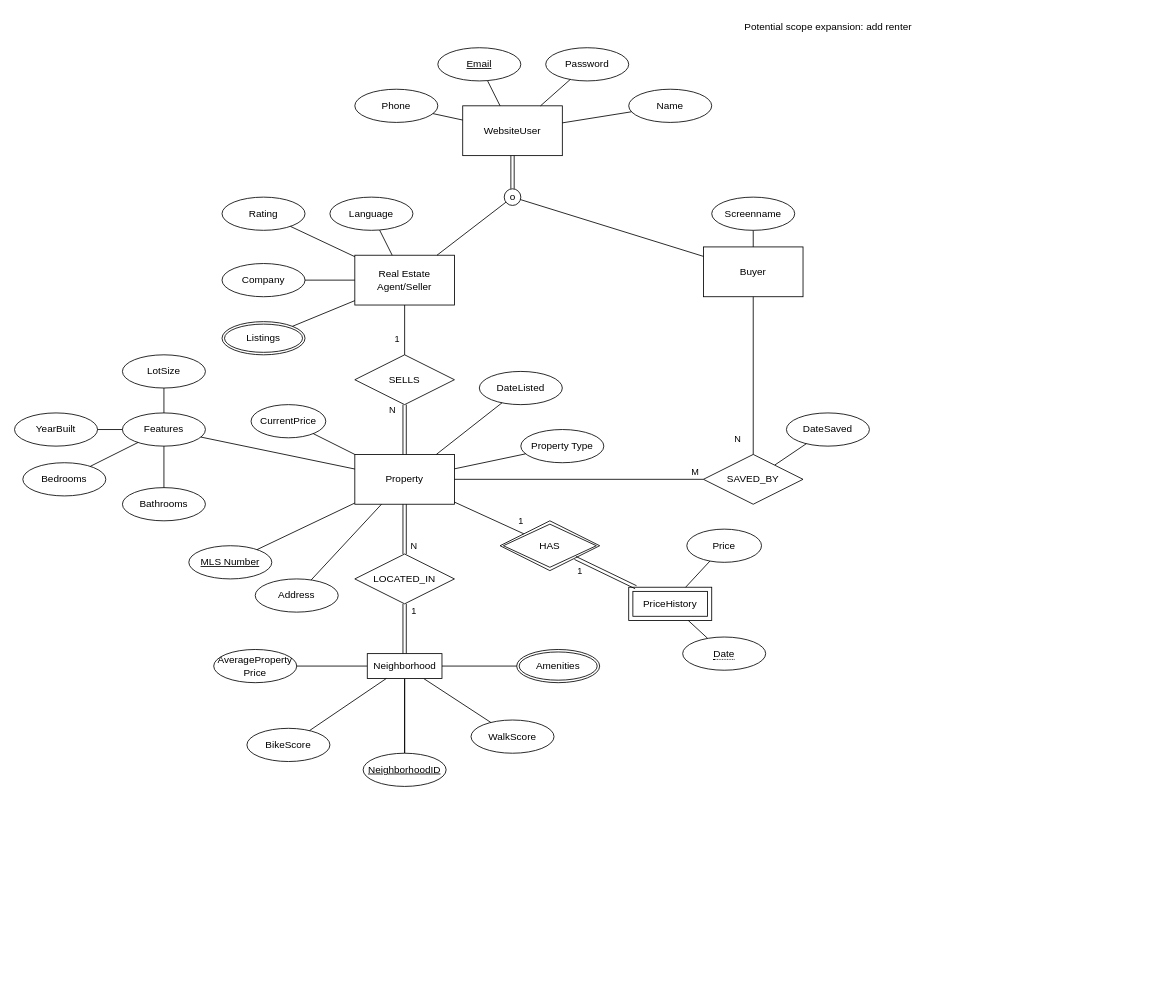
Earlier version of the draw.io diagram page "EER" (1 of 4) of Proposal/608-project-diagrams.drawio (WillKNguyen/608-607Project). Source tidied: cells renumbered, new cells numbered last; positions are measured from the earlier drawing's top-left corner, leaving out a move shared by most shapes. Both pictures are drawn from the tidied source at 83%, with x=0, y=0 at pixel (14, 14).
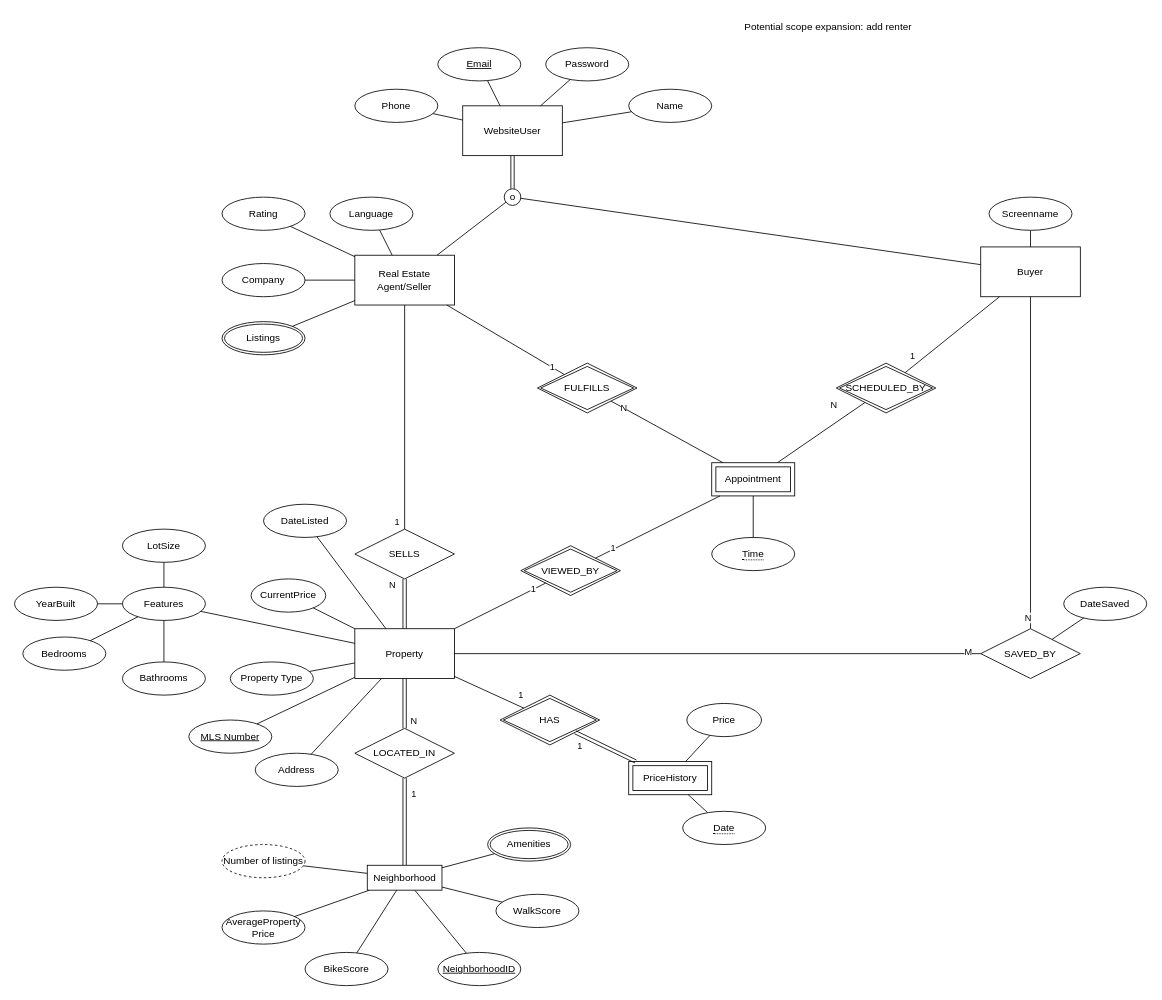
Above is the later version.

Unchanged cells that the change refers to:
```xml
<mxCell id="3" value="Real Estate Agent/Seller" style="rounded=0;whiteSpace=wrap;html=1;" parent="1" vertex="1">
  <mxGeometry x="410" y="290" width="120" height="60" as="geometry" />
</mxCell>
<mxCell id="16" style="endArrow=none;html=1;rounded=0;" parent="1" edge="1" source="15" target="3">
  <mxGeometry relative="1" as="geometry" />
</mxCell>
```

The edit, as a diff of the source:
```diff
@@
     <mxCell id="4" value="Buyer" style="rounded=0;whiteSpace=wrap;html=1;" parent="1" vertex="1">
-      <mxGeometry x="830" y="280" width="120" height="60" as="geometry" />
+      <mxGeometry x="1164.1" y="280" width="120" height="60" as="geometry" />
     </mxCell>
     <mxCell id="5" value="Property" style="rounded=0;whiteSpace=wrap;html=1;" parent="1" vertex="1">
-      <mxGeometry x="410" y="530" width="120" height="60" as="geometry" />
+      <mxGeometry x="410" y="740" width="120" height="60" as="geometry" />
     </mxCell>
     <mxCell id="6" value="AverageProperty Price" style="ellipse;whiteSpace=wrap;html=1;align=center;" parent="1" vertex="1">
-      <mxGeometry x="240" y="765" width="100" height="40" as="geometry" />
+      <mxGeometry x="250" y="1080" width="100" height="40" as="geometry" />
     </mxCell>
     <mxCell id="7" value="WalkScore" style="ellipse;whiteSpace=wrap;html=1;align=center;" parent="1" vertex="1">
-      <mxGeometry x="550" y="850" width="100" height="40" as="geometry" />
+      <mxGeometry x="580" y="1060" width="100" height="40" as="geometry" />
     </mxCell>
     <mxCell id="8" value="PriceHistory" style="shape=ext;margin=3;double=1;whiteSpace=wrap;html=1;align=center;" parent="1" vertex="1">
-      <mxGeometry x="740" y="690" width="100" height="40" as="geometry" />
+      <mxGeometry x="740" y="900" width="100" height="40" as="geometry" />
     </mxCell>
     <mxCell id="9" value="MLS Number" style="ellipse;whiteSpace=wrap;html=1;align=center;fontStyle=4;" parent="1" vertex="1">
-      <mxGeometry x="210" y="640" width="100" height="40" as="geometry" />
+      <mxGeometry x="210" y="850" width="100" height="40" as="geometry" />
     </mxCell>
     <mxCell id="10" value="Property Type" style="ellipse;whiteSpace=wrap;html=1;align=center;" parent="1" vertex="1">
-      <mxGeometry x="610" y="500" width="100" height="40" as="geometry" />
+      <mxGeometry x="260" y="780" width="100" height="40" as="geometry" />
     </mxCell>
@@
     <mxCell id="15" value="SELLS" style="shape=rhombus;perimeter=rhombusPerimeter;whiteSpace=wrap;html=1;align=center;" parent="1" vertex="1">
-      <mxGeometry x="410" y="410" width="120" height="60" as="geometry" />
+      <mxGeometry x="410" y="620" width="120" height="60" as="geometry" />
     </mxCell>
@@
     <mxCell id="17" value="1" style="edgeLabel;html=1;align=center;verticalAlign=middle;" parent="16" vertex="1">
       <mxGeometry x="0.57" relative="1" as="geometry">
-        <mxPoint x="-10" y="27" as="offset" />
+        <mxPoint x="-10" y="202" as="offset" />
       </mxGeometry>
     </mxCell>
     <mxCell id="18" value="HAS" style="shape=rhombus;double=1;perimeter=rhombusPerimeter;whiteSpace=wrap;html=1;align=center;" parent="1" vertex="1">
-      <mxGeometry x="585" y="610" width="120" height="60" as="geometry" />
+      <mxGeometry x="585" y="820" width="120" height="60" as="geometry" />
     </mxCell>
@@
     <mxCell id="25" value="Amenities" style="ellipse;shape=doubleEllipse;margin=3;whiteSpace=wrap;html=1;align=center;" parent="1" vertex="1">
-      <mxGeometry x="605" y="765" width="100" height="40" as="geometry" />
+      <mxGeometry x="570" y="980" width="100" height="40" as="geometry" />
     </mxCell>
@@
-    <mxCell id="30" style="endArrow=none;html=1;rounded=0;" parent="1" edge="1" target="4">
-      <mxGeometry relative="1" as="geometry">
-        <mxPoint x="890" y="530" as="sourcePoint" />
-      </mxGeometry>
+    <mxCell id="30" style="endArrow=none;html=1;rounded=0;" parent="1" edge="1" source="87" target="4">
+      <mxGeometry relative="1" as="geometry" />
     </mxCell>
-    <mxCell id="31" value="N" style="edgeLabel;html=1;align=center;verticalAlign=middle;" parent="30" vertex="1">
-      <mxGeometry x="-0.49" y="-1" relative="1" as="geometry">
-        <mxPoint x="-21" y="28" as="offset" />
-      </mxGeometry>
-    </mxCell>
+    <mxCell id="88" value="N" style="edgeLabel;html=1;align=center;verticalAlign=middle;" parent="30" vertex="1">
+      <mxGeometry x="-0.93" y="4" relative="1" as="geometry" />
+    </mxCell>
@@
     <mxCell id="33" value="Screenname" style="ellipse;whiteSpace=wrap;html=1;align=center;" parent="1" vertex="1">
-      <mxGeometry x="840" y="220" width="100" height="40" as="geometry" />
+      <mxGeometry x="1174.1" y="220" width="100" height="40" as="geometry" />
     </mxCell>
@@
     <mxCell id="35" value="DateSaved" style="ellipse;whiteSpace=wrap;html=1;align=center;" parent="1" vertex="1">
-      <mxGeometry x="930" y="480" width="100" height="40" as="geometry" />
+      <mxGeometry x="1264.1" y="690" width="100" height="40" as="geometry" />
     </mxCell>
     <mxCell id="36" style="rounded=0;jettySize=auto;html=1;endArrow=none;endFill=0;startArrow=none;startFill=0;" parent="1" edge="1" target="35">
       <mxGeometry relative="1" as="geometry">
-        <mxPoint x="915.8" y="542.9" as="sourcePoint" />
+        <mxPoint x="1249.9" y="752.9" as="sourcePoint" />
       </mxGeometry>
     </mxCell>
     <mxCell id="37" value="Features" style="ellipse;whiteSpace=wrap;html=1;align=center;" parent="1" vertex="1">
-      <mxGeometry x="130" y="480" width="100" height="40" as="geometry" />
+      <mxGeometry x="130" y="690" width="100" height="40" as="geometry" />
     </mxCell>
     <mxCell id="38" value="Bedrooms" style="ellipse;whiteSpace=wrap;html=1;align=center;" parent="1" vertex="1">
-      <mxGeometry x="10" y="540" width="100" height="40" as="geometry" />
+      <mxGeometry x="10" y="750" width="100" height="40" as="geometry" />
     </mxCell>
     <mxCell id="39" value="Bathrooms" style="ellipse;whiteSpace=wrap;html=1;align=center;" parent="1" vertex="1">
-      <mxGeometry x="130" y="570" width="100" height="40" as="geometry" />
+      <mxGeometry x="130" y="780" width="100" height="40" as="geometry" />
     </mxCell>
@@
     <mxCell id="43" value="DateListed" style="ellipse;whiteSpace=wrap;html=1;align=center;" parent="1" vertex="1">
-      <mxGeometry x="560" y="430" width="100" height="40" as="geometry" />
+      <mxGeometry x="300" y="590" width="100" height="40" as="geometry" />
     </mxCell>
@@
-    <mxCell id="49" style="endArrow=none;html=1;rounded=0;" parent="1" edge="1">
-      <mxGeometry relative="1" as="geometry">
-        <mxPoint x="470" y="800" as="sourcePoint" />
-        <mxPoint x="470" y="890" as="targetPoint" />
-      </mxGeometry>
-    </mxCell>
@@
     <mxCell id="60" value="Address" style="ellipse;whiteSpace=wrap;html=1;align=center;" parent="1" vertex="1">
-      <mxGeometry x="290" y="680" width="100" height="40" as="geometry" />
+      <mxGeometry x="290" y="890" width="100" height="40" as="geometry" />
     </mxCell>
@@
     <mxCell id="62" value="LotSize" style="ellipse;whiteSpace=wrap;html=1;align=center;" parent="1" vertex="1">
-      <mxGeometry x="130" y="410" width="100" height="40" as="geometry" />
+      <mxGeometry x="130" y="620" width="100" height="40" as="geometry" />
     </mxCell>
     <mxCell id="63" value="YearBuilt" style="ellipse;whiteSpace=wrap;html=1;align=center;" parent="1" vertex="1">
-      <mxGeometry y="480" width="100" height="40" as="geometry" />
+      <mxGeometry y="690" width="100" height="40" as="geometry" />
     </mxCell>
@@
     <mxCell id="70" value="CurrentPrice" style="ellipse;whiteSpace=wrap;html=1;align=center;" parent="1" vertex="1">
-      <mxGeometry x="285" y="470" width="90" height="40" as="geometry" />
+      <mxGeometry x="285" y="680" width="90" height="40" as="geometry" />
     </mxCell>
@@
     <mxCell id="72" value="Price" style="ellipse;whiteSpace=wrap;html=1;align=center;" parent="1" vertex="1">
-      <mxGeometry x="810" y="620" width="90" height="40" as="geometry" />
+      <mxGeometry x="810" y="830" width="90" height="40" as="geometry" />
     </mxCell>
@@
     <mxCell id="74" value="&lt;span style=&quot;border-bottom: 1px dotted&quot;&gt;Date&lt;/span&gt;" style="ellipse;whiteSpace=wrap;html=1;align=center;" parent="1" vertex="1">
-      <mxGeometry x="805" y="750" width="100" height="40" as="geometry" />
+      <mxGeometry x="805" y="960" width="100" height="40" as="geometry" />
     </mxCell>
@@
     <mxCell id="76" value="Neighborhood" style="html=1;" parent="1" vertex="1">
-      <mxGeometry x="425" y="770" width="90" height="30" as="geometry" />
+      <mxGeometry x="425" y="1025" width="90" height="30" as="geometry" />
     </mxCell>
     <mxCell id="77" value="LOCATED_IN" style="shape=rhombus;perimeter=rhombusPerimeter;whiteSpace=wrap;html=1;align=center;" parent="1" vertex="1">
-      <mxGeometry x="410" y="650" width="120" height="60" as="geometry" />
+      <mxGeometry x="410" y="860" width="120" height="60" as="geometry" />
     </mxCell>
@@
     <mxCell id="80" value="NeighborhoodID" style="ellipse;whiteSpace=wrap;html=1;align=center;fontStyle=4;" parent="1" vertex="1">
-      <mxGeometry x="420" y="890" width="100" height="40" as="geometry" />
+      <mxGeometry x="510" y="1130" width="100" height="40" as="geometry" />
     </mxCell>
     <mxCell id="81" value="BikeScore" style="ellipse;whiteSpace=wrap;html=1;align=center;" parent="1" vertex="1">
-      <mxGeometry x="280" y="860" width="100" height="40" as="geometry" />
+      <mxGeometry x="350" y="1130" width="100" height="40" as="geometry" />
     </mxCell>
@@
-    <mxCell id="85" style="endArrow=none;html=1;rounded=0;" parent="1" edge="1" target="5">
-      <mxGeometry relative="1" as="geometry">
-        <mxPoint x="830" y="560" as="sourcePoint" />
-      </mxGeometry>
+    <mxCell id="85" style="endArrow=none;html=1;rounded=0;" parent="1" edge="1" source="87" target="5">
+      <mxGeometry relative="1" as="geometry" />
     </mxCell>
     <mxCell id="86" value="M" style="edgeLabel;html=1;align=center;verticalAlign=middle;" parent="85" vertex="1">
-      <mxGeometry x="-0.49" y="-1" relative="1" as="geometry">
-        <mxPoint x="66" y="-9" as="offset" />
-      </mxGeometry>
+      <mxGeometry x="-0.95" y="-3" relative="1" as="geometry" />
     </mxCell>
     <mxCell id="87" value="SAVED_BY" style="shape=rhombus;perimeter=rhombusPerimeter;whiteSpace=wrap;html=1;align=center;" parent="1" vertex="1">
-      <mxGeometry x="830" y="530" width="120" height="60" as="geometry" />
+      <mxGeometry x="1164.1" y="740" width="120" height="60" as="geometry" />
     </mxCell>
+    <mxCell id="89" style="endArrow=none;html=1;rounded=0;" parent="1" edge="1" source="3" target="98">
+      <mxGeometry relative="1" as="geometry" />
+    </mxCell>
+    <mxCell id="90" value="1" style="edgeLabel;html=1;align=center;verticalAlign=middle;" parent="89" vertex="1">
+      <mxGeometry x="0.78" relative="1" as="geometry" />
+    </mxCell>
+    <mxCell id="91" style="endArrow=none;html=1;rounded=0;" parent="1" edge="1" source="98" target="97">
+      <mxGeometry relative="1" as="geometry" />
+    </mxCell>
+    <mxCell id="92" value="N" style="edgeLabel;html=1;align=center;verticalAlign=middle;" parent="91" vertex="1">
+      <mxGeometry x="-0.78" relative="1" as="geometry" />
+    </mxCell>
+    <mxCell id="93" style="endArrow=none;html=1;rounded=0;" parent="1" edge="1" source="99" target="97">
+      <mxGeometry relative="1" as="geometry" />
+    </mxCell>
+    <mxCell id="94" value="N" style="edgeLabel;html=1;align=center;verticalAlign=middle;" parent="93" vertex="1">
+      <mxGeometry x="-0.84" y="-2" relative="1" as="geometry">
+        <mxPoint x="-29" y="-1" as="offset" />
+      </mxGeometry>
+    </mxCell>
+    <mxCell id="95" style="endArrow=none;html=1;rounded=0;" parent="1" edge="1" source="99" target="4">
+      <mxGeometry relative="1" as="geometry" />
+    </mxCell>
+    <mxCell id="96" value="1" style="edgeLabel;html=1;align=center;verticalAlign=middle;" parent="95" vertex="1">
+      <mxGeometry x="-0.82" y="3" relative="1" as="geometry">
+        <mxPoint y="-10" as="offset" />
+      </mxGeometry>
+    </mxCell>
+    <mxCell id="97" value="Appointment" style="shape=ext;margin=3;double=1;whiteSpace=wrap;html=1;align=center;" parent="1" vertex="1">
+      <mxGeometry x="840" y="540" width="100" height="40" as="geometry" />
+    </mxCell>
+    <mxCell id="98" value="FULFILLS" style="shape=rhombus;double=1;perimeter=rhombusPerimeter;whiteSpace=wrap;html=1;align=center;" parent="1" vertex="1">
+      <mxGeometry x="630" y="420" width="120" height="60" as="geometry" />
+    </mxCell>
+    <mxCell id="99" value="SCHEDULED_BY" style="shape=rhombus;double=1;perimeter=rhombusPerimeter;whiteSpace=wrap;html=1;align=center;" parent="1" vertex="1">
+      <mxGeometry x="990" y="420" width="120" height="60" as="geometry" />
+    </mxCell>
+    <mxCell id="100" value="&lt;span style=&quot;border-bottom: 1px dotted&quot;&gt;Time&lt;/span&gt;" style="ellipse;whiteSpace=wrap;html=1;align=center;" parent="1" vertex="1">
+      <mxGeometry x="840" y="630" width="100" height="40" as="geometry" />
+    </mxCell>
+    <mxCell id="101" style="endArrow=none;html=1;rounded=0;" parent="1" edge="1" source="100" target="97">
+      <mxGeometry relative="1" as="geometry" />
+    </mxCell>
+    <mxCell id="102" value="VIEWED_BY" style="shape=rhombus;double=1;perimeter=rhombusPerimeter;whiteSpace=wrap;html=1;align=center;" parent="1" vertex="1">
+      <mxGeometry x="610" y="640" width="120" height="60" as="geometry" />
+    </mxCell>
+    <mxCell id="103" style="endArrow=none;html=1;rounded=0;" parent="1" edge="1" source="5" target="102">
+      <mxGeometry relative="1" as="geometry" />
+    </mxCell>
+    <mxCell id="104" value="1" style="edgeLabel;html=1;align=center;verticalAlign=middle;" parent="103" vertex="1">
+      <mxGeometry x="0.73" relative="1" as="geometry">
+        <mxPoint y="-1" as="offset" />
+      </mxGeometry>
+    </mxCell>
+    <mxCell id="105" style="endArrow=none;html=1;rounded=0;" parent="1" edge="1" source="102" target="97">
+      <mxGeometry relative="1" as="geometry" />
+    </mxCell>
+    <mxCell id="106" value="1" style="edgeLabel;html=1;align=center;verticalAlign=middle;" parent="105" vertex="1">
+      <mxGeometry x="-0.71" y="2" relative="1" as="geometry" />
+    </mxCell>
+    <mxCell id="107" value="Number of listings" style="ellipse;whiteSpace=wrap;html=1;align=center;dashed=1;" parent="1" vertex="1">
+      <mxGeometry x="250" y="1000" width="100" height="40" as="geometry" />
+    </mxCell>
+    <mxCell id="108" style="endArrow=none;html=1;rounded=0;" parent="1" edge="1" source="76" target="107">
+      <mxGeometry relative="1" as="geometry" />
+    </mxCell>
```
